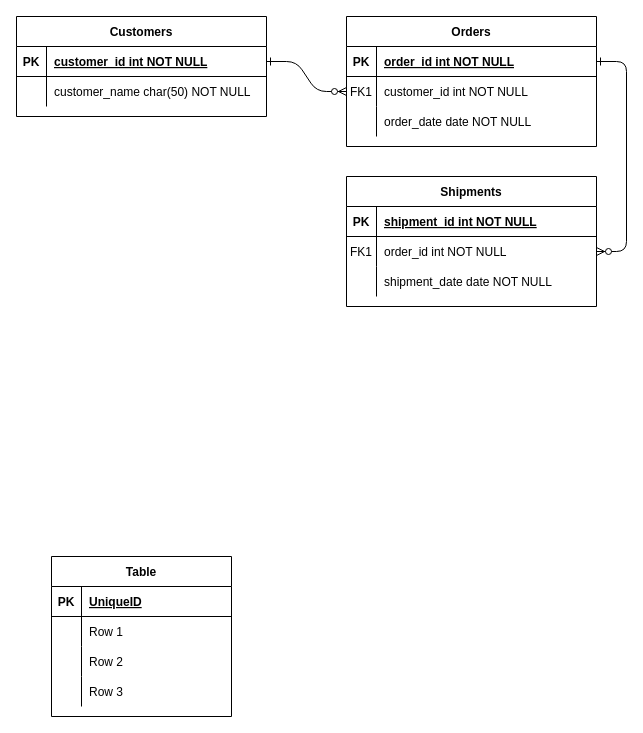
The draw.io diagram Untitled Diagram.drawio in mannawar/A-program-to-check-validity-of-credit-card-and-to-check-the-type-of-credit-card, before the edit. Source tidied: cells renumbered, new cells numbered last; positions are measured from the earlier drawing's top-left corner, leaving out a move shared by most shapes. Both pictures are drawn from the tidied source at 100%, with x=0, y=0 at pixel (16, 16).
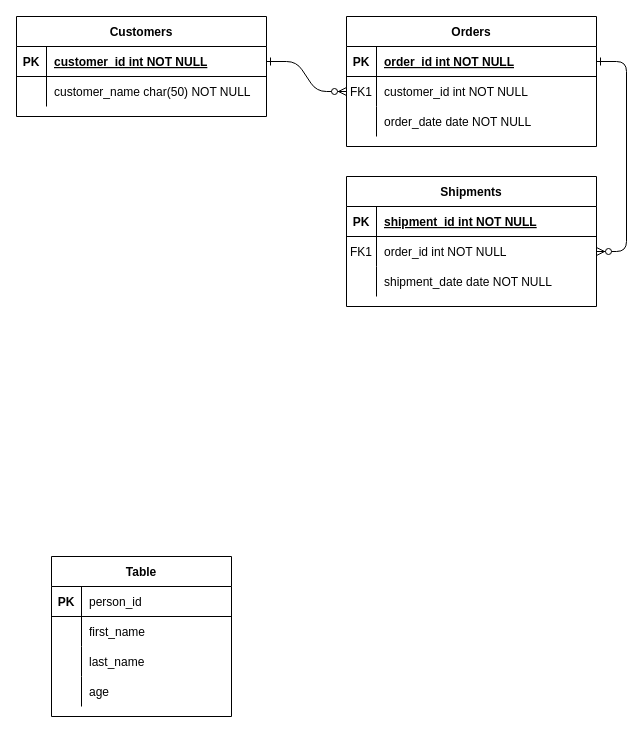
After the change.

Commit message:
database_design_stoic

The change refers to these unchanged cells:
```xml
<mxCell id="32" style="shape=partialRectangle;fillColor=none;top=0;left=0;bottom=1;right=0;" parent="31" vertex="1">
  <mxGeometry y="30" width="180" height="30" as="geometry" />
</mxCell>
<mxCell id="35" style="shape=partialRectangle;fillColor=none;top=0;left=0;bottom=0;right=0;" parent="31" vertex="1">
  <mxGeometry y="60" width="180" height="30" as="geometry" />
</mxCell>
<mxCell id="38" style="shape=partialRectangle;fillColor=none;top=0;left=0;bottom=0;right=0;" parent="31" vertex="1">
  <mxGeometry y="90" width="180" height="30" as="geometry" />
</mxCell>
<mxCell id="41" style="shape=partialRectangle;fillColor=none;top=0;left=0;bottom=0;right=0;" parent="31" vertex="1">
  <mxGeometry y="120" width="180" height="30" as="geometry" />
</mxCell>
```

Diff of the diagram source:
```diff
@@
-    <mxCell id="34" value="UniqueID" style="shape=partialRectangle;fillColor=none;top=0;left=0;bottom=0;right=0;align=left;spacingLeft=6;fontStyle=5;overflow=hidden;" parent="32" vertex="1">
+    <mxCell id="34" value="person_id" style="shape=partialRectangle;fillColor=none;top=0;left=0;bottom=0;right=0;align=left;spacingLeft=6;fontStyle=0;overflow=hidden;" parent="32" vertex="1">
       <mxGeometry x="30" width="150" height="30" as="geometry" />
     </mxCell>
@@
-    <mxCell id="37" value="Row 1" style="shape=partialRectangle;fillColor=none;top=0;left=0;bottom=0;right=0;align=left;spacingLeft=6;overflow=hidden;" parent="35" vertex="1">
+    <mxCell id="37" value="first_name" style="shape=partialRectangle;fillColor=none;top=0;left=0;bottom=0;right=0;align=left;spacingLeft=6;overflow=hidden;" parent="35" vertex="1">
       <mxGeometry x="30" width="150" height="30" as="geometry" />
     </mxCell>
@@
-    <mxCell id="40" value="Row 2" style="shape=partialRectangle;fillColor=none;top=0;left=0;bottom=0;right=0;align=left;spacingLeft=6;overflow=hidden;" parent="38" vertex="1">
+    <mxCell id="40" value="last_name" style="shape=partialRectangle;fillColor=none;top=0;left=0;bottom=0;right=0;align=left;spacingLeft=6;overflow=hidden;" parent="38" vertex="1">
       <mxGeometry x="30" width="150" height="30" as="geometry" />
     </mxCell>
@@
-    <mxCell id="43" value="Row 3" style="shape=partialRectangle;fillColor=none;top=0;left=0;bottom=0;right=0;align=left;spacingLeft=6;overflow=hidden;" parent="41" vertex="1">
+    <mxCell id="43" value="age" style="shape=partialRectangle;fillColor=none;top=0;left=0;bottom=0;right=0;align=left;spacingLeft=6;overflow=hidden;" parent="41" vertex="1">
       <mxGeometry x="30" width="150" height="30" as="geometry" />
     </mxCell>
```
